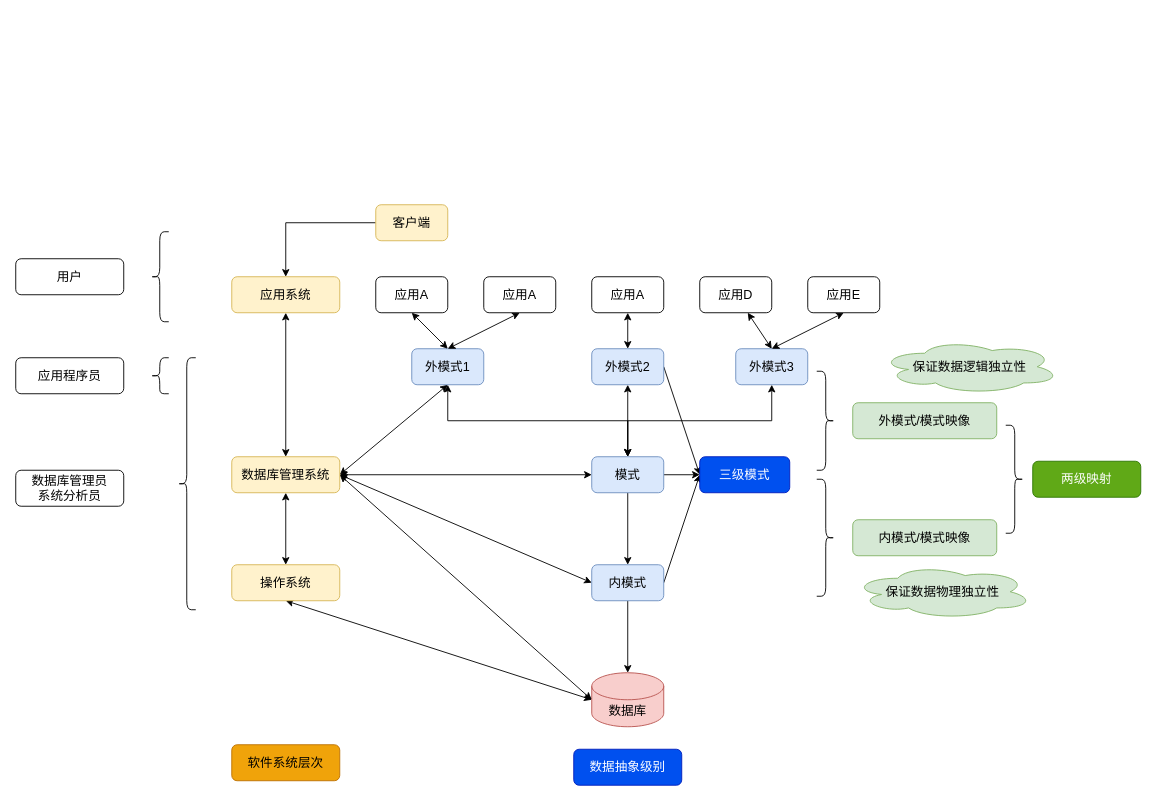
This is page "理论基础" (1 of 6) of Draw.io/DB.drawio from DepInjoy/geektime, a draw.io file, before an edit. Source tidied: cells renumbered, new cells numbered last; positions are measured from the earlier drawing's top-left corner, leaving out a move shared by most shapes. Both pictures are drawn from the tidied source at 90%, with x=0, y=0 at pixel (15, 204).
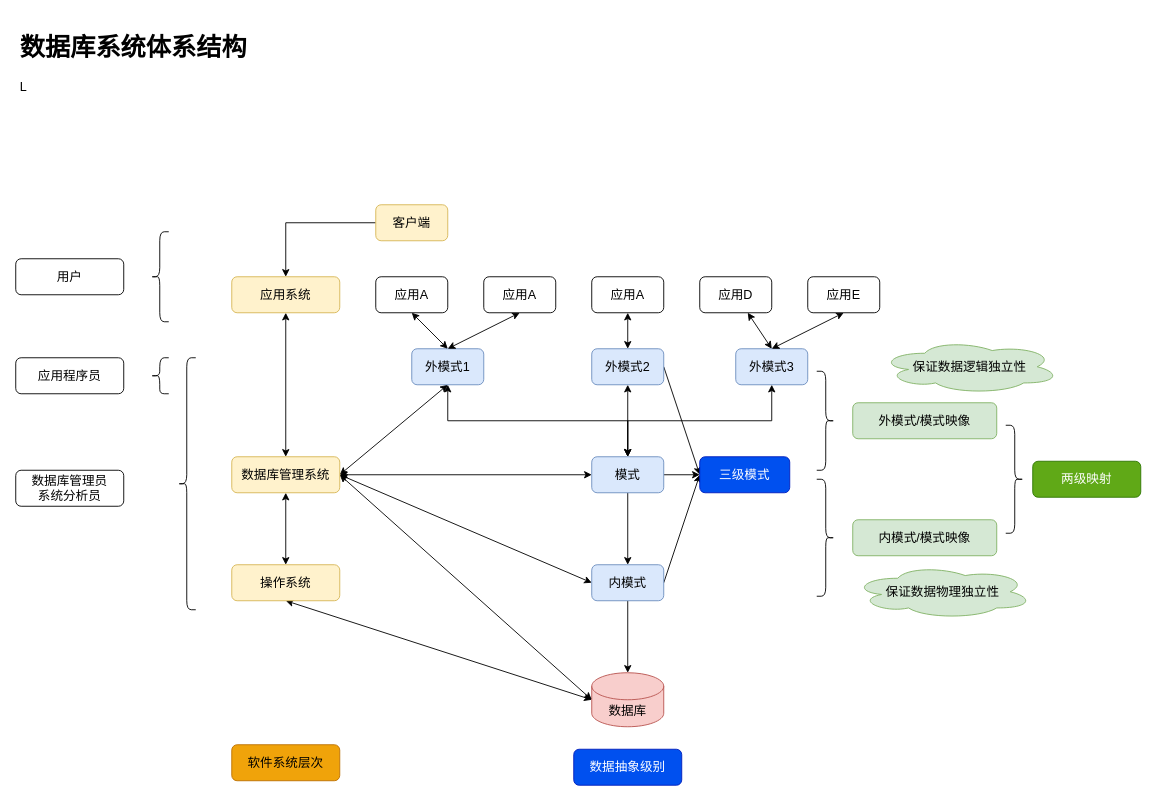
Above is the later version.

Commit message:
数据库系统体系结构

What changed in the source:
```diff
@@
+    <mxCell id="55" value="&lt;h1&gt;数据库系统体系结构&lt;/h1&gt;&lt;p&gt;L&lt;/p&gt;" style="text;html=1;strokeColor=none;fillColor=none;spacing=5;spacingTop=-20;whiteSpace=wrap;overflow=hidden;rounded=0;fontSize=14;" parent="1" vertex="1">
+      <mxGeometry y="-200" width="510" height="120" as="geometry" />
+    </mxCell>
```
